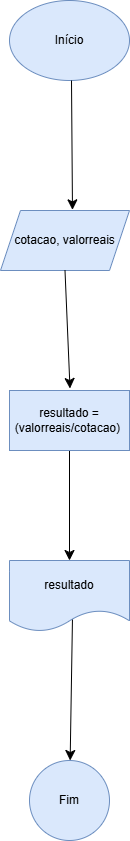
rehsanva/PA-2025 keeps this draw.io diagram as variaveiseoperadoresaritmeticos/conversãomoeda.drawio.png. Above is the earlier version. Source tidied: cells renumbered, new cells last; positions are measured from the earlier drawing's top-left corner, leaving out a move shared by most shapes.
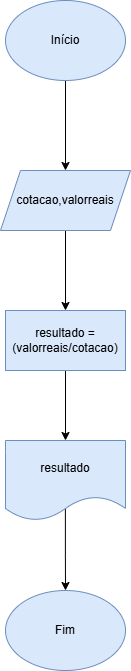
Above is the later version.

Diff of the diagram source:
```diff
@@ -2,36 +2,32 @@
   <root>
     <mxCell id="0" />
     <mxCell id="1" parent="0" />
+    <mxCell id="11" style="edgeStyle=orthogonalEdgeStyle;rounded=0;jettySize=auto;html=1;" parent="1" edge="1" source="2" target="13">
+      <mxGeometry relative="1" as="geometry" />
+    </mxCell>
     <mxCell id="2" value="Início" style="ellipse;whiteSpace=wrap;html=1;fillColor=#dae8fc;strokeColor=#6c8ebf;" parent="1" vertex="1">
-      <mxGeometry x="9" width="120" height="80" as="geometry" />
+      <mxGeometry x="-6" y="-1047" width="120" height="80" as="geometry" />
     </mxCell>
-    <mxCell id="3" value="cotacao, valorreais" style="shape=parallelogram;perimeter=parallelogramPerimeter;whiteSpace=wrap;html=1;fixedSize=1;fillColor=#dae8fc;strokeColor=#6c8ebf;" parent="1" vertex="1">
-      <mxGeometry y="210" width="129" height="60" as="geometry" />
-    </mxCell>
+    <mxCell id="12" style="edgeStyle=orthogonalEdgeStyle;rounded=0;jettySize=auto;html=1;" parent="1" edge="1" source="13" target="5">
+      <mxGeometry relative="1" as="geometry" />
+    </mxCell>
+    <mxCell id="13" value="cotacao,valorreais" style="shape=parallelogram;perimeter=parallelogramPerimeter;whiteSpace=wrap;html=1;fixedSize=1;fillColor=#dae8fc;strokeColor=#6c8ebf;" parent="1" vertex="1">
+      <mxGeometry x="-11" y="-877" width="130" height="60" as="geometry" />
+    </mxCell>
-    <mxCell id="4" style="edgeStyle=none;curved=1;rounded=0;jettySize=auto;html=1;fontSize=12;startSize=8;endSize=8;" parent="1" edge="1" source="5" target="7">
+    <mxCell id="4" style="edgeStyle=orthogonalEdgeStyle;rounded=0;jettySize=auto;html=1;" parent="1" edge="1" source="5" target="7">
       <mxGeometry relative="1" as="geometry" />
     </mxCell>
-    <mxCell id="5" value="resultado = (valorreais/cotacao)&amp;nbsp;" style="whiteSpace=wrap;html=1;fillColor=#dae8fc;strokeColor=#6c8ebf;" parent="1" vertex="1">
-      <mxGeometry x="9" y="390" width="120" height="60" as="geometry" />
+    <mxCell id="5" value="resultado = (valorreais/cotacao)" style="whiteSpace=wrap;html=1;fillColor=#dae8fc;strokeColor=#6c8ebf;" parent="1" vertex="1">
+      <mxGeometry x="-6" y="-737" width="120" height="60" as="geometry" />
     </mxCell>
-    <mxCell id="6" style="edgeStyle=none;curved=1;rounded=0;jettySize=auto;html=1;fontSize=12;startSize=8;endSize=8;exitX=0.525;exitY=0.789;exitDx=0;exitDy=0;exitPerimeter=0;" parent="1" edge="1" source="7" target="8">
+    <mxCell id="6" style="edgeStyle=orthogonalEdgeStyle;rounded=0;jettySize=auto;html=1;exitX=0.499;exitY=0.847;exitDx=0;exitDy=0;exitPerimeter=0;" parent="1" edge="1" source="7" target="8">
       <mxGeometry relative="1" as="geometry" />
     </mxCell>
     <mxCell id="7" value="resultado" style="shape=document;whiteSpace=wrap;html=1;boundedLbl=1;fillColor=#dae8fc;strokeColor=#6c8ebf;" parent="1" vertex="1">
-      <mxGeometry x="9" y="560" width="120" height="71" as="geometry" />
+      <mxGeometry x="-6" y="-607" width="120" height="80" as="geometry" />
     </mxCell>
     <mxCell id="8" value="Fim" style="ellipse;whiteSpace=wrap;html=1;fillColor=#dae8fc;strokeColor=#6c8ebf;" parent="1" vertex="1">
-      <mxGeometry x="29" y="760" width="80" height="80" as="geometry" />
+      <mxGeometry x="-6" y="-457" width="120" height="80" as="geometry" />
     </mxCell>
-    <mxCell id="9" style="edgeStyle=none;curved=1;rounded=0;jettySize=auto;html=1;fontSize=12;startSize=8;endSize=8;entryX=0.558;entryY=-0.011;entryDx=0;entryDy=0;entryPerimeter=0;" parent="1" edge="1" target="3">
-      <mxGeometry relative="1" as="geometry">
-        <mxPoint x="71" y="80" as="sourcePoint" />
-      </mxGeometry>
-    </mxCell>
-    <mxCell id="10" style="edgeStyle=none;curved=1;rounded=0;jettySize=auto;html=1;fontSize=12;startSize=8;endSize=8;entryX=0.558;entryY=-0.011;entryDx=0;entryDy=0;entryPerimeter=0;exitX=0.5;exitY=1;exitDx=0;exitDy=0;" parent="1" edge="1" source="3">
-      <mxGeometry relative="1" as="geometry">
-        <mxPoint x="69.5" y="388" as="targetPoint" />
-      </mxGeometry>
-    </mxCell>
   </root>
 </mxGraphModel>
```
